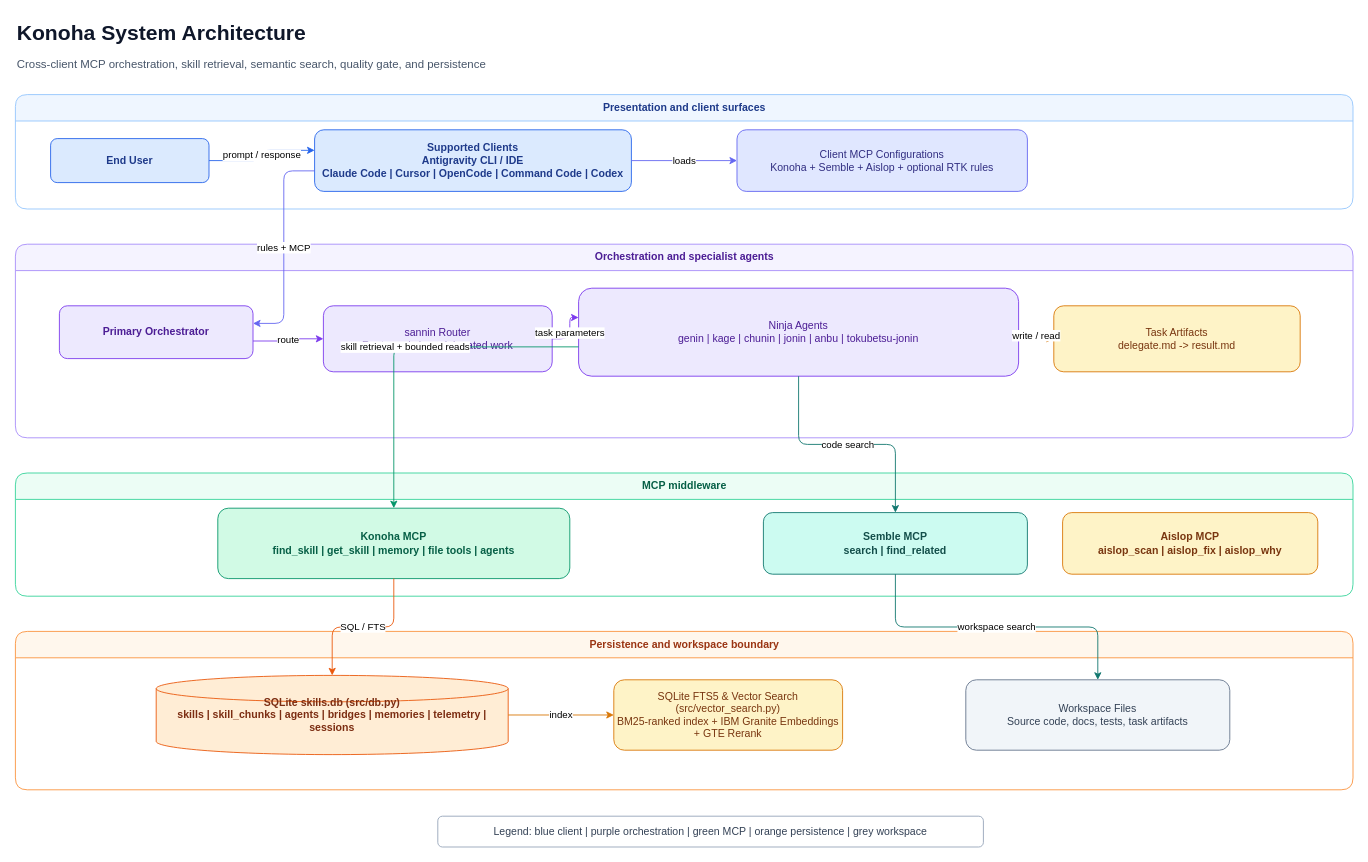
The draw.io diagram page "01 System Architecture" (1 of 12) of docs/diagrams/konoha-architecture.drawio in andycungkrinx91/konoha, before the edit. Source tidied: cells renumbered, new cells numbered last; positions are measured from the earlier drawing's top-left corner, leaving out a move shared by most shapes. Both pictures are drawn from the tidied source at 88%, with x=0, y=0 at pixel (15, 15).
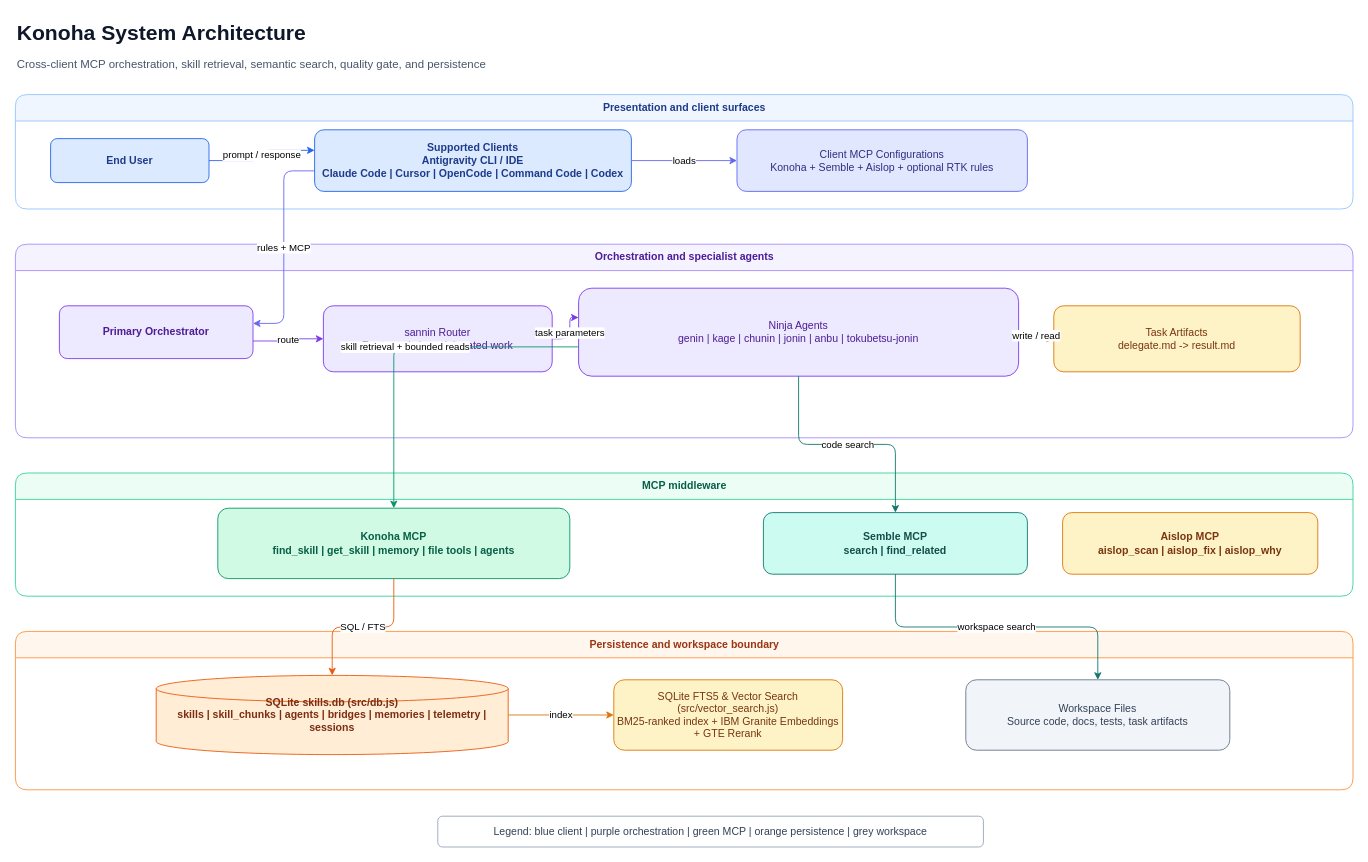
The same diagram, later.

The change refers to these unchanged cells:
```xml
<mxCell id="17" value="Persistence and workspace boundary" style="swimlane;html=1;rounded=1;startSize=30;fillColor=#fff7ed;strokeColor=#fb923c;fontColor=#9a3412;fontStyle=1;" parent="1" vertex="1">
  <mxGeometry y="700" width="1520" height="180" as="geometry" />
</mxCell>
```

Change to the diagram source:
```diff
@@
-    <mxCell id="18" value="SQLite skills.db (src/db.py)&#10;skills | skill_chunks | agents | bridges | memories | telemetry | sessions" style="shape=cylinder3;html=1;whiteSpace=wrap;fillColor=#ffedd5;strokeColor=#ea580c;fontColor=#7c2d12;fontStyle=1;overflow=visible;" parent="17" vertex="1">
+    <mxCell id="18" value="SQLite skills.db (src/db.js)&#10;skills | skill_chunks | agents | bridges | memories | telemetry | sessions" style="shape=cylinder3;html=1;whiteSpace=wrap;fillColor=#ffedd5;strokeColor=#ea580c;fontColor=#7c2d12;fontStyle=1;overflow=visible;" parent="17" vertex="1">
       <mxGeometry x="160" y="50" width="400" height="90" as="geometry" />
     </mxCell>
-    <mxCell id="19" value="SQLite FTS5 &amp; Vector Search (src/vector_search.py)&#10;BM25-ranked index + IBM Granite Embeddings + GTE Rerank" style="rounded=1;html=1;whiteSpace=wrap;fillColor=#fef3c7;strokeColor=#d97706;fontColor=#78350f;" parent="17" vertex="1">
+    <mxCell id="19" value="SQLite FTS5 &amp; Vector Search (src/vector_search.js)&#10;BM25-ranked index + IBM Granite Embeddings + GTE Rerank" style="rounded=1;html=1;whiteSpace=wrap;fillColor=#fef3c7;strokeColor=#d97706;fontColor=#78350f;" parent="17" vertex="1">
       <mxGeometry x="680" y="55" width="260" height="80" as="geometry" />
     </mxCell>
```
